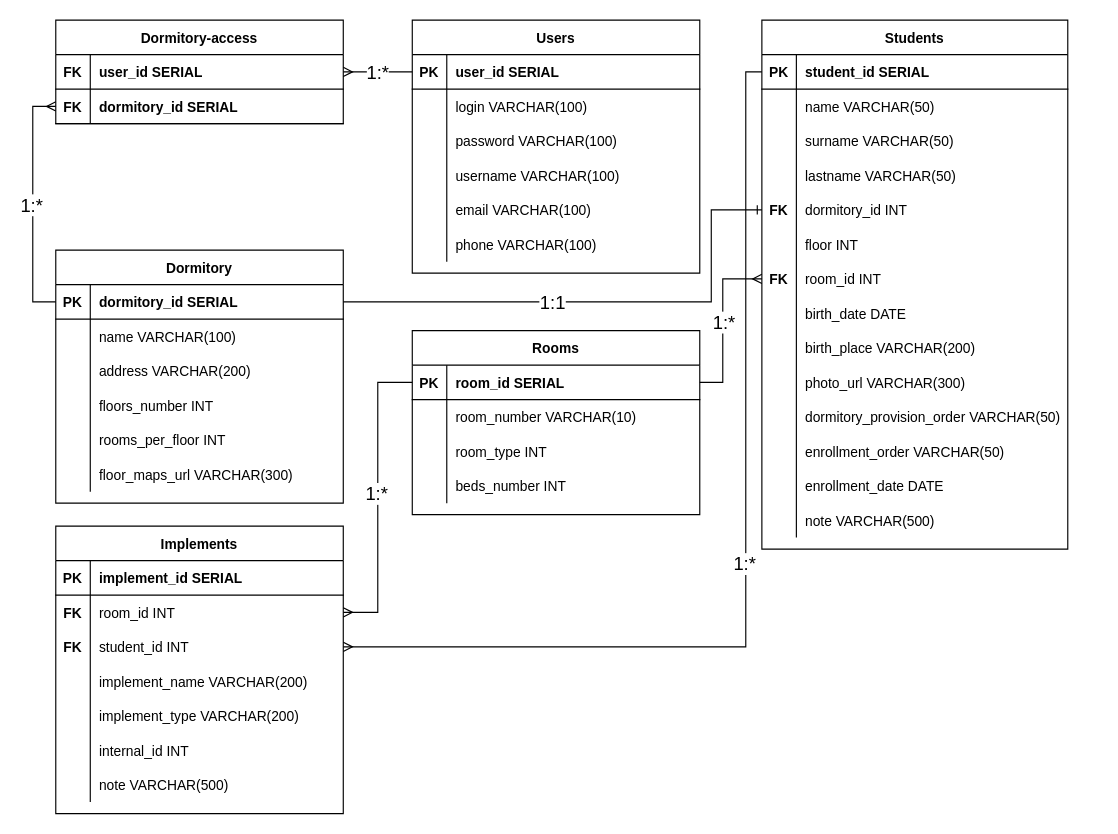
The draw.io diagram documentation/Dormitory_erd.drawio in vedrent/dormitory-tracker, before the edit. Source tidied: cells renumbered, new cells numbered last; positions are measured from the earlier drawing's top-left corner, leaving out a move shared by most shapes. Both pictures are drawn from the tidied source at 115%, with x=0, y=0 at pixel (55, 20).
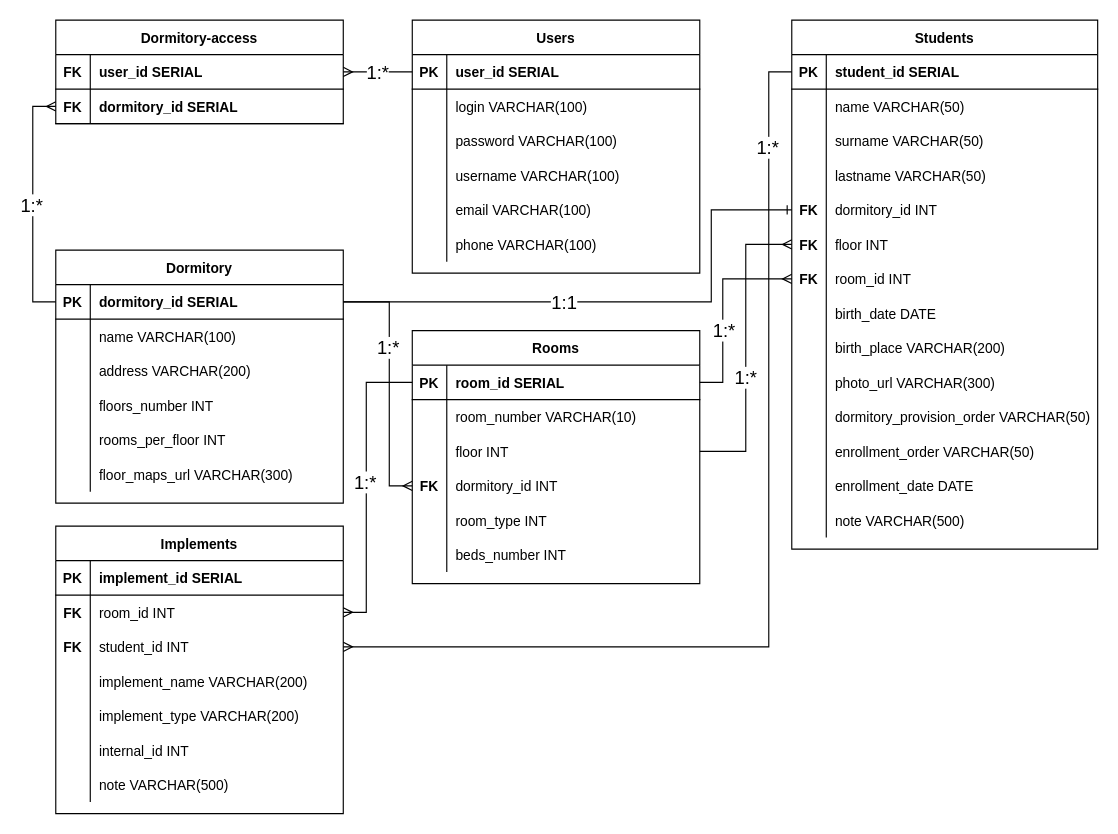
The same diagram, later.

Commit message:
Added floors to rooms table Dormitory_erd.drawio

Unchanged cells that the change refers to:
```xml
<mxCell id="3" style="shape=partialRectangle;fillColor=none;points=[[0,0.5],[1,0.5]];portConstraint=eastwest;top=0;left=0;right=0;bottom=1;" parent="2" vertex="1">
  <mxGeometry y="30" width="266" height="30" as="geometry" />
</mxCell>
<mxCell id="18" style="shape=partialRectangle;fillColor=none;points=[[0,0.5],[1,0.5]];portConstraint=eastwest;top=0;left=0;right=0;bottom=0;" parent="2" vertex="1">
  <mxGeometry y="180" width="266" height="30" as="geometry" />
</mxCell>
<mxCell id="65" style="shape=partialRectangle;fillColor=none;points=[[0,0.5],[1,0.5]];portConstraint=eastwest;top=0;left=0;right=0;bottom=1;" parent="64" vertex="1">
  <mxGeometry y="30" width="250" height="30" as="geometry" />
</mxCell>
<mxCell id="97" style="shape=partialRectangle;fillColor=none;points=[[0,0.5],[1,0.5]];portConstraint=eastwest;top=0;left=0;right=0;bottom=1;" parent="96" vertex="1">
  <mxGeometry y="30" width="250" height="30" as="geometry" />
</mxCell>
<mxCell id="109" style="edgeStyle=orthogonalEdgeStyle;rounded=0;jettySize=auto;html=1;exitX=1;exitY=0.5;exitDx=0;exitDy=0;entryX=0;entryY=0.5;entryDx=0;entryDy=0;endArrow=ERmany;endFill=0;" parent="1" edge="1" source="97" target="21">
  <mxGeometry relative="1" as="geometry">
    <Array as="points">
      <mxPoint x="580" y="315" />
      <mxPoint x="580" y="225" />
    </Array>
  </mxGeometry>
</mxCell>
<mxCell id="115" style="shape=partialRectangle;fillColor=none;points=[[0,0.5],[1,0.5]];portConstraint=eastwest;top=0;left=0;right=0;bottom=0;" parent="111" vertex="1">
  <mxGeometry y="60" width="250" height="30" as="geometry" />
</mxCell>
<mxCell id="118" style="shape=partialRectangle;fillColor=none;points=[[0,0.5],[1,0.5]];portConstraint=eastwest;top=0;left=0;right=0;bottom=0;" parent="111" vertex="1">
  <mxGeometry y="90" width="250" height="30" as="geometry" />
</mxCell>
```

Change to the diagram source:
```diff
@@
     <mxCell id="2" value="Students" style="shape=table;startSize=30;childLayout=tableLayout;rowLines=0;fontStyle=1;align=center;" parent="1" vertex="1">
-      <mxGeometry x="614" width="266" height="460" as="geometry" />
+      <mxGeometry x="640" width="266" height="460" as="geometry" />
     </mxCell>
@@
-    <mxCell id="19" style="shape=partialRectangle;overflow=hidden;fillColor=none;top=0;left=0;bottom=0;right=0;" parent="18" vertex="1">
+    <mxCell id="19" value="FK" style="shape=partialRectangle;overflow=hidden;fillColor=none;top=0;left=0;bottom=0;right=0;fontStyle=1;" parent="18" vertex="1">
       <mxGeometry width="30" height="30" as="geometry" />
     </mxCell>
@@
     <mxCell id="96" value="Rooms" style="shape=table;startSize=30;childLayout=tableLayout;rowLines=0;fontStyle=1;align=center;" parent="1" vertex="1">
-      <mxGeometry x="310" y="270" width="250" height="160" as="geometry" />
+      <mxGeometry x="310" y="270" width="250" height="220" as="geometry" />
     </mxCell>
@@
+    <mxCell id="137" style="shape=partialRectangle;fillColor=none;points=[[0,0.5],[1,0.5]];portConstraint=eastwest;top=0;left=0;right=0;bottom=0;" parent="96" vertex="1">
+      <mxGeometry y="90" width="250" height="30" as="geometry" />
+    </mxCell>
+    <mxCell id="138" style="shape=partialRectangle;overflow=hidden;fillColor=none;top=0;left=0;bottom=0;right=0;" parent="137" vertex="1">
+      <mxGeometry width="30" height="30" as="geometry" />
+    </mxCell>
+    <mxCell id="139" value="floor INT" style="shape=partialRectangle;overflow=hidden;fillColor=none;top=0;left=0;bottom=0;right=0;align=left;spacingLeft=6;" parent="137" vertex="1">
+      <mxGeometry x="30" width="220" height="30" as="geometry" />
+    </mxCell>
+    <mxCell id="140" style="shape=partialRectangle;fillColor=none;points=[[0,0.5],[1,0.5]];portConstraint=eastwest;top=0;left=0;right=0;bottom=0;" parent="96" vertex="1">
+      <mxGeometry y="120" width="250" height="30" as="geometry" />
+    </mxCell>
+    <mxCell id="141" value="FK" style="shape=partialRectangle;overflow=hidden;fillColor=none;top=0;left=0;bottom=0;right=0;fontStyle=1;" parent="140" vertex="1">
+      <mxGeometry width="30" height="30" as="geometry" />
+    </mxCell>
+    <mxCell id="142" value="dormitory_id INT" style="shape=partialRectangle;overflow=hidden;fillColor=none;top=0;left=0;bottom=0;right=0;align=left;spacingLeft=6;" parent="140" vertex="1">
+      <mxGeometry x="30" width="220" height="30" as="geometry" />
+    </mxCell>
     <mxCell id="103" style="shape=partialRectangle;fillColor=none;top=0;left=0;right=0;bottom=0;" parent="96" vertex="1">
-      <mxGeometry y="90" width="250" height="30" as="geometry" />
+      <mxGeometry y="150" width="250" height="30" as="geometry" />
     </mxCell>
@@
     <mxCell id="106" style="shape=partialRectangle;fillColor=none;top=0;left=0;right=0;bottom=0;" parent="96" vertex="1">
-      <mxGeometry y="120" width="250" height="30" as="geometry" />
+      <mxGeometry y="180" width="250" height="30" as="geometry" />
     </mxCell>
@@
     <mxCell id="110" value="&lt;font style=&quot;font-size: 16px;&quot;&gt;1:*&lt;/font&gt;" style="edgeLabel;html=1;align=center;verticalAlign=middle;" parent="109" vertex="1">
-      <mxGeometry x="0.02" relative="1" as="geometry" />
+      <mxGeometry x="0.02" relative="1" as="geometry">
+        <mxPoint y="21" as="offset" />
+      </mxGeometry>
     </mxCell>
@@
     <mxCell id="133" style="edgeStyle=orthogonalEdgeStyle;rounded=0;jettySize=auto;html=1;exitX=0;exitY=0.5;exitDx=0;exitDy=0;entryX=1;entryY=0.5;entryDx=0;entryDy=0;endArrow=ERmany;endFill=0;" parent="1" edge="1" source="97" target="115">
-      <mxGeometry relative="1" as="geometry" />
+      <mxGeometry relative="1" as="geometry">
+        <Array as="points">
+          <mxPoint x="270" y="315" />
+          <mxPoint x="270" y="515" />
+        </Array>
+      </mxGeometry>
     </mxCell>
@@
     <mxCell id="135" style="edgeStyle=orthogonalEdgeStyle;rounded=0;jettySize=auto;html=1;exitX=0;exitY=0.5;exitDx=0;exitDy=0;entryX=1;entryY=0.5;entryDx=0;entryDy=0;endArrow=ERmany;endFill=0;" parent="1" edge="1" source="3" target="118">
       <mxGeometry relative="1" as="geometry">
         <Array as="points">
-          <mxPoint x="600" y="45" />
-          <mxPoint x="600" y="545" />
+          <mxPoint x="620" y="45" />
+          <mxPoint x="620" y="545" />
         </Array>
       </mxGeometry>
     </mxCell>
     <mxCell id="136" value="&lt;font style=&quot;font-size: 16px;&quot;&gt;1:*&lt;/font&gt;" style="edgeLabel;html=1;align=center;verticalAlign=middle;" parent="135" vertex="1">
-      <mxGeometry x="0.02" y="-2" relative="1" as="geometry" />
+      <mxGeometry x="0.02" y="-2" relative="1" as="geometry">
+        <mxPoint y="-369" as="offset" />
+      </mxGeometry>
     </mxCell>
+    <mxCell id="143" style="edgeStyle=orthogonalEdgeStyle;rounded=0;jettySize=auto;html=1;exitX=1;exitY=0.5;exitDx=0;exitDy=0;entryX=0;entryY=0.5;entryDx=0;entryDy=0;endArrow=ERmany;endFill=0;" parent="1" edge="1" source="65" target="140">
+      <mxGeometry relative="1" as="geometry">
+        <Array as="points">
+          <mxPoint x="290" y="245" />
+          <mxPoint x="290" y="405" />
+        </Array>
+      </mxGeometry>
+    </mxCell>
+    <mxCell id="144" value="&lt;font style=&quot;font-size: 16px;&quot;&gt;1:*&lt;/font&gt;" style="edgeLabel;html=1;align=center;verticalAlign=middle;" parent="143" vertex="1">
+      <mxGeometry x="-0.28" y="-2" relative="1" as="geometry" />
+    </mxCell>
+    <mxCell id="145" style="edgeStyle=orthogonalEdgeStyle;rounded=0;jettySize=auto;html=1;exitX=1;exitY=0.5;exitDx=0;exitDy=0;entryX=0;entryY=0.5;entryDx=0;entryDy=0;endArrow=ERmany;endFill=0;" parent="1" edge="1" source="137" target="18">
+      <mxGeometry relative="1" as="geometry" />
+    </mxCell>
+    <mxCell id="146" value="&lt;font style=&quot;font-size: 16px;&quot;&gt;1:*&lt;/font&gt;" style="edgeLabel;html=1;align=center;verticalAlign=middle;" parent="145" vertex="1">
+      <mxGeometry x="-0.19" y="1" relative="1" as="geometry" />
+    </mxCell>
```
